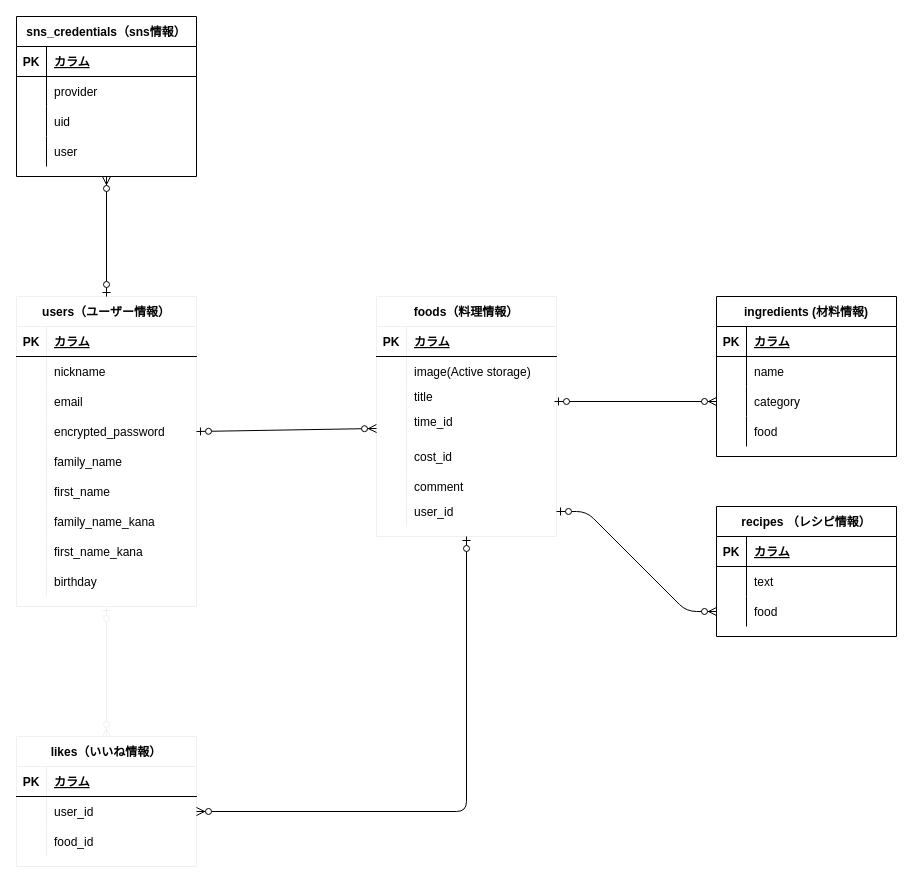
This is nutrik.dio from matsunaga1994/nutrik, a draw.io file, before an edit. Source tidied: cells renumbered, new cells numbered last; positions are measured from the earlier drawing's top-left corner, leaving out a move shared by most shapes. Both pictures are drawn from the tidied source at 100%, with x=0, y=0 at pixel (16, 16).
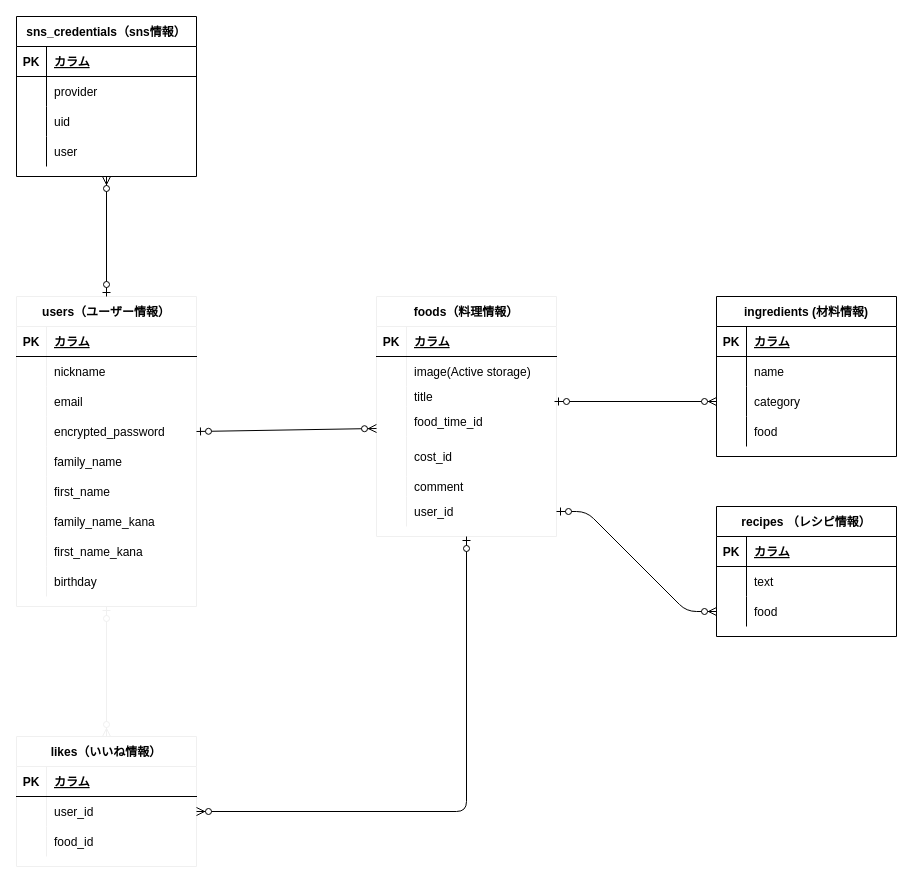
The same page after the edit.

Unchanged cells that the change refers to:
```xml
<mxCell id="40" style="shape=partialRectangle;fillColor=none;top=0;left=0;bottom=0;right=0;points=[[0,0.5],[1,0.5]];portConstraint=eastwest;" parent="30" vertex="1">
  <mxGeometry y="110" width="180" height="30" as="geometry" />
</mxCell>
```

The edit, as a diff of the source:
```diff
@@
-    <mxCell id="42" value="time_id" style="shape=partialRectangle;fillColor=none;top=0;left=0;bottom=0;right=0;align=left;spacingLeft=6;overflow=hidden;" parent="40" vertex="1">
+    <mxCell id="42" value="food_time_id" style="shape=partialRectangle;fillColor=none;top=0;left=0;bottom=0;right=0;align=left;spacingLeft=6;overflow=hidden;" parent="40" vertex="1">
       <mxGeometry x="30" width="150" height="30" as="geometry" />
     </mxCell>
```
